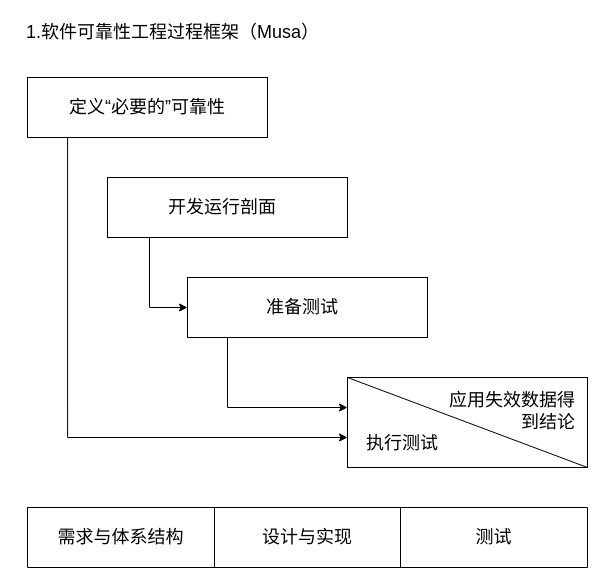
Above: drawio/l1.drawio in happinessandlove/Pic (draw.io), before the change. Source tidied: cells renumbered, new cells numbered last; positions are measured from the earlier drawing's top-left corner, leaving out a move shared by most shapes. Both pictures are drawn from the tidied source at 100%, with x=0, y=0 at pixel (17, 17).
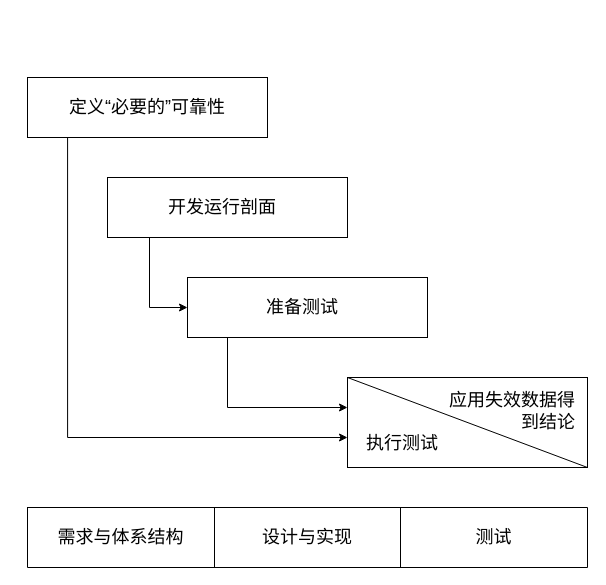
Above is the later version.

Change to the diagram source:
```diff
@@
-    <mxCell id="20" value="1.软件可靠性工程过程框架（Musa）" style="text;html=1;align=center;verticalAlign=middle;strokeColor=none;fillColor=none;fontSize=18;" parent="1" vertex="1">
-      <mxGeometry width="310" height="30" as="geometry" />
-    </mxCell>
```
